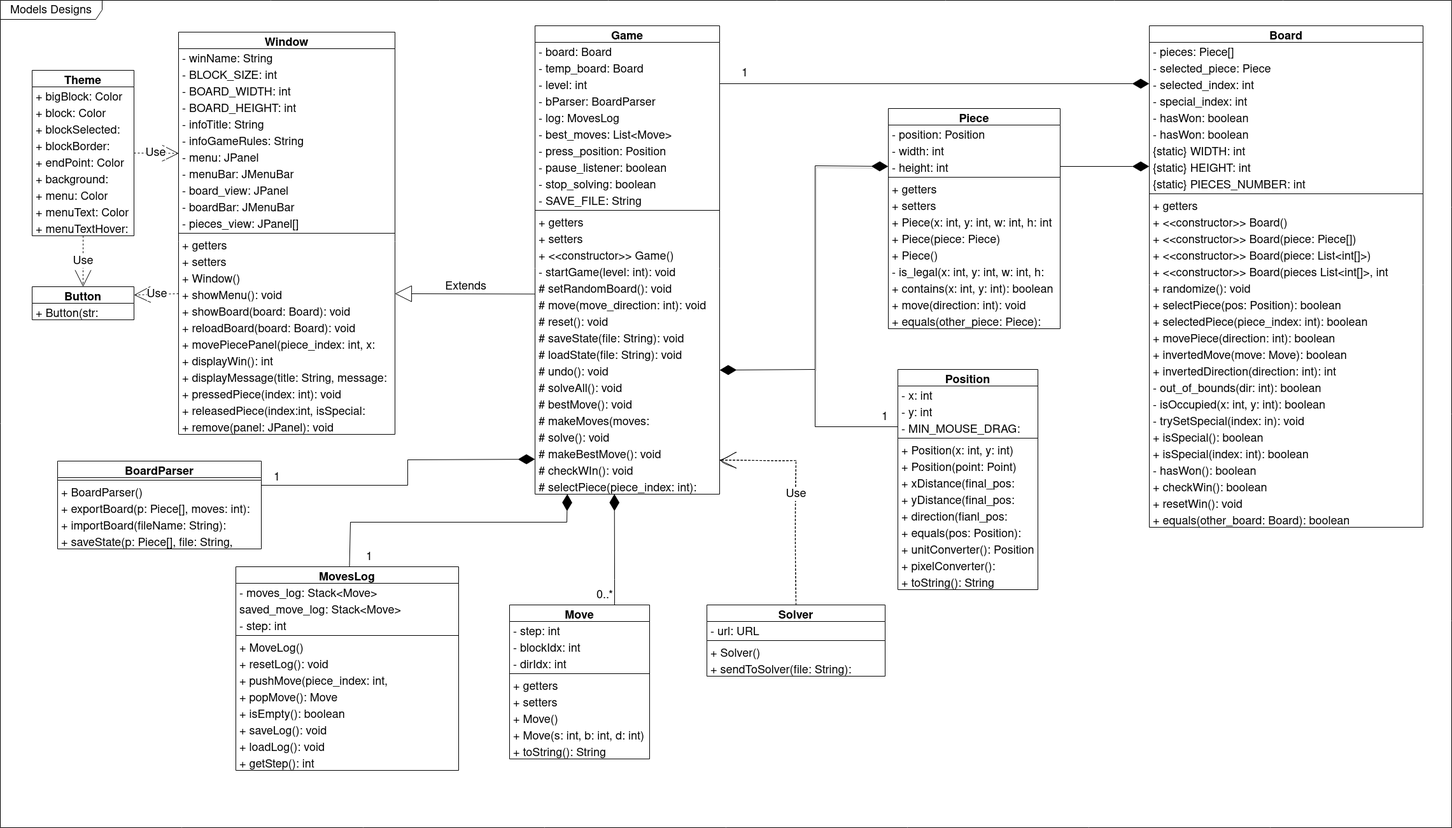
The draw.io diagram img/ModelsDesigns.drawio.png in nickramos94/Klotski, before a commit. Source tidied: cells renumbered, new cells last; positions are measured from the earlier drawing's top-left corner, leaving out a move shared by most shapes.
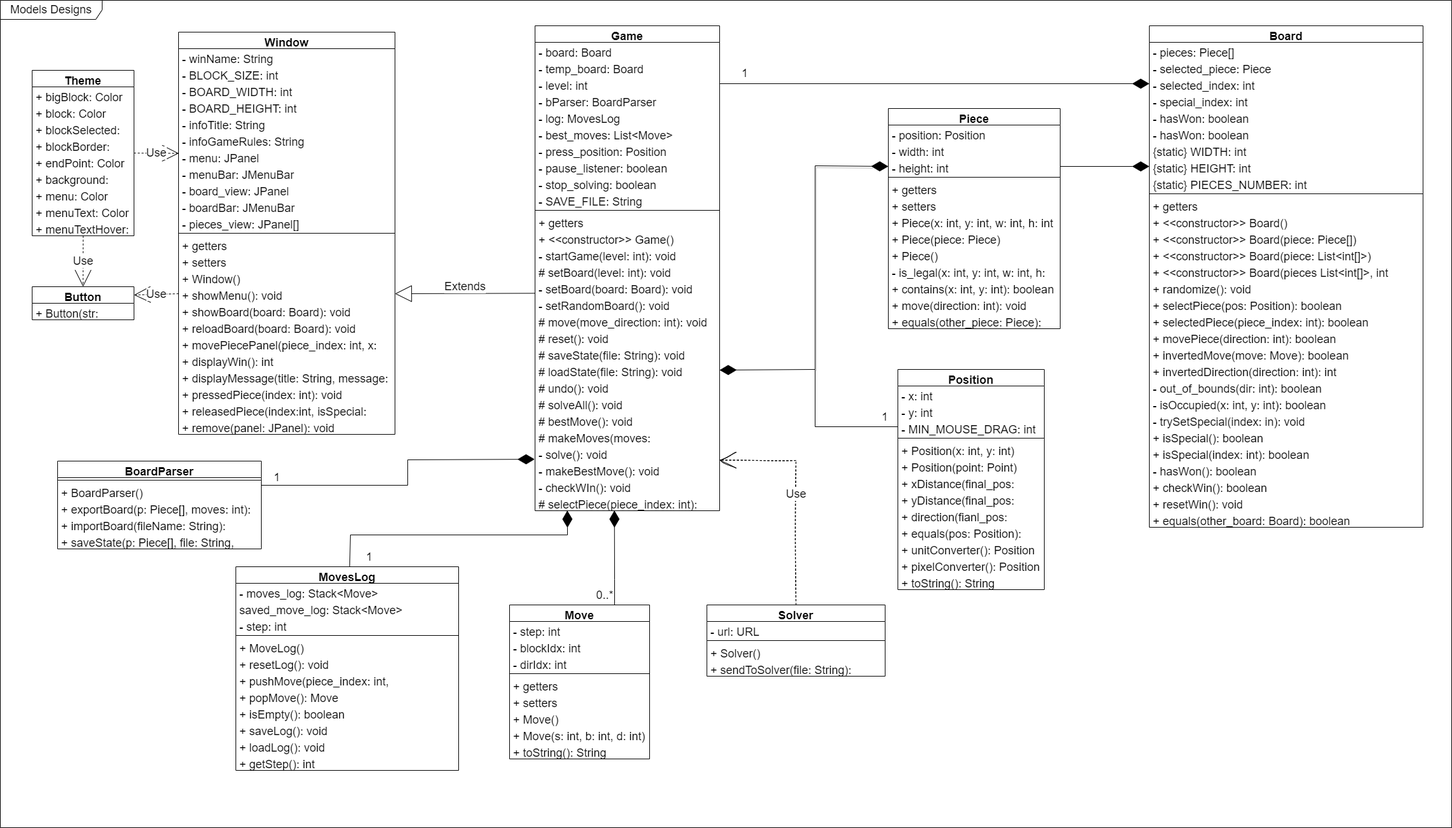
After the commit.

Change to the diagram source:
```diff
@@ -3,7 +3,7 @@
     <mxCell id="0" />
     <mxCell id="1" parent="0" />
     <mxCell id="2" value="Game" style="swimlane;fontStyle=1;align=center;verticalAlign=top;horizontal=1;startSize=26;whiteSpace=wrap;html=1;fontSize=18;" parent="1" vertex="1">
-      <mxGeometry x="840" y="40" width="290" height="736" as="geometry" />
+      <mxGeometry x="840" y="40" width="290" height="762" as="geometry" />
     </mxCell>
     <mxCell id="3" value="- board: Board" style="text;strokeColor=none;fillColor=none;align=left;verticalAlign=top;spacingLeft=4;spacingRight=4;overflow=hidden;whiteSpace=wrap;html=1;fontSize=18;" parent="2" vertex="1">
       <mxGeometry y="26" width="290" height="26" as="geometry" />
@@ -41,49 +41,52 @@
     <mxCell id="14" value="+ getters" style="text;strokeColor=none;fillColor=none;align=left;verticalAlign=top;spacingLeft=4;spacingRight=4;overflow=hidden;whiteSpace=wrap;html=1;fontSize=18;" parent="2" vertex="1">
       <mxGeometry y="294" width="290" height="26" as="geometry" />
     </mxCell>
-    <mxCell id="15" value="&lt;div style=&quot;font-size: 18px;&quot;&gt;+ setters&lt;/div&gt;&lt;div style=&quot;font-size: 18px;&quot;&gt;&lt;br style=&quot;font-size: 18px;&quot;&gt;&lt;/div&gt;" style="text;strokeColor=none;fillColor=none;align=left;verticalAlign=top;spacingLeft=4;spacingRight=4;overflow=hidden;whiteSpace=wrap;html=1;fontSize=18;" parent="2" vertex="1">
-      <mxGeometry y="320" width="290" height="26" as="geometry" />
-    </mxCell>
     <mxCell id="16" value="+ &amp;lt;&amp;lt;constructor&amp;gt;&amp;gt; Game()" style="text;strokeColor=none;fillColor=none;align=left;verticalAlign=top;spacingLeft=4;spacingRight=4;overflow=hidden;whiteSpace=wrap;html=1;fontSize=18;" parent="2" vertex="1">
-      <mxGeometry y="346" width="290" height="26" as="geometry" />
+      <mxGeometry y="320" width="290" height="26" as="geometry" />
     </mxCell>
     <mxCell id="17" value="- startGame(level: int): void " style="text;strokeColor=none;fillColor=none;align=left;verticalAlign=top;spacingLeft=4;spacingRight=4;overflow=hidden;points=[[0,0.5],[1,0.5]];portConstraint=eastwest;whiteSpace=wrap;html=1;fontSize=18;" parent="2" vertex="1">
-      <mxGeometry y="372" width="290" height="26" as="geometry" />
+      <mxGeometry y="346" width="290" height="26" as="geometry" />
     </mxCell>
+    <mxCell id="180" value="# setBoard(level: int): void" style="text;strokeColor=none;fillColor=none;align=left;verticalAlign=top;spacingLeft=4;spacingRight=4;overflow=hidden;whiteSpace=wrap;html=1;fontSize=18;" parent="2" vertex="1">
+      <mxGeometry y="372" width="290" height="26" as="geometry" />
+    </mxCell>
+    <mxCell id="15" value="&lt;div style=&quot;font-size: 18px;&quot;&gt;- setBoard(board: Board): void&lt;/div&gt;&lt;div style=&quot;font-size: 18px;&quot;&gt;&lt;br style=&quot;font-size: 18px;&quot;&gt;&lt;/div&gt;" style="text;strokeColor=none;fillColor=none;align=left;verticalAlign=top;spacingLeft=4;spacingRight=4;overflow=hidden;whiteSpace=wrap;html=1;fontSize=18;" parent="2" vertex="1">
+      <mxGeometry y="398" width="290" height="26" as="geometry" />
+    </mxCell>
-    <mxCell id="18" value="# setRandomBoard(): void" style="text;strokeColor=none;fillColor=none;align=left;verticalAlign=top;spacingLeft=4;spacingRight=4;overflow=hidden;points=[[0,0.5],[1,0.5]];portConstraint=eastwest;whiteSpace=wrap;html=1;fontSize=18;" parent="2" vertex="1">
-      <mxGeometry y="398" width="290" height="26" as="geometry" />
+    <mxCell id="18" value="- setRandomBoard(): void" style="text;strokeColor=none;fillColor=none;align=left;verticalAlign=top;spacingLeft=4;spacingRight=4;overflow=hidden;points=[[0,0.5],[1,0.5]];portConstraint=eastwest;whiteSpace=wrap;html=1;fontSize=18;" parent="2" vertex="1">
+      <mxGeometry y="424" width="290" height="26" as="geometry" />
     </mxCell>
     <mxCell id="19" value="# move(move_direction: int): void " style="text;strokeColor=none;fillColor=none;align=left;verticalAlign=top;spacingLeft=4;spacingRight=4;overflow=hidden;points=[[0,0.5],[1,0.5]];portConstraint=eastwest;whiteSpace=wrap;html=1;fontSize=18;" parent="2" vertex="1">
-      <mxGeometry y="424" width="290" height="26" as="geometry" />
+      <mxGeometry y="450" width="290" height="26" as="geometry" />
     </mxCell>
     <mxCell id="20" value="# reset(): void" style="text;strokeColor=none;fillColor=none;align=left;verticalAlign=top;spacingLeft=4;spacingRight=4;overflow=hidden;whiteSpace=wrap;html=1;fontSize=18;" parent="2" vertex="1">
-      <mxGeometry y="450" width="290" height="26" as="geometry" />
+      <mxGeometry y="476" width="290" height="26" as="geometry" />
     </mxCell>
     <mxCell id="21" value="# saveState(file: String): void" style="text;strokeColor=none;fillColor=none;align=left;verticalAlign=top;spacingLeft=4;spacingRight=4;overflow=hidden;whiteSpace=wrap;html=1;fontSize=18;" parent="2" vertex="1">
-      <mxGeometry y="476" width="290" height="26" as="geometry" />
+      <mxGeometry y="502" width="290" height="26" as="geometry" />
     </mxCell>
     <mxCell id="22" value="# loadState(file: String): void" style="text;strokeColor=none;fillColor=none;align=left;verticalAlign=top;spacingLeft=4;spacingRight=4;overflow=hidden;points=[[0,0.5],[1,0.5]];portConstraint=eastwest;whiteSpace=wrap;html=1;fontSize=18;" parent="2" vertex="1">
-      <mxGeometry y="502" width="290" height="26" as="geometry" />
+      <mxGeometry y="528" width="290" height="26" as="geometry" />
     </mxCell>
     <mxCell id="23" value="# undo(): void" style="text;strokeColor=none;fillColor=none;align=left;verticalAlign=top;spacingLeft=4;spacingRight=4;overflow=hidden;points=[[0,0.5],[1,0.5]];portConstraint=eastwest;whiteSpace=wrap;html=1;fontSize=18;" parent="2" vertex="1">
-      <mxGeometry y="528" width="290" height="26" as="geometry" />
+      <mxGeometry y="554" width="290" height="26" as="geometry" />
     </mxCell>
     <mxCell id="24" value="# solveAll(): void " style="text;strokeColor=none;fillColor=none;align=left;verticalAlign=top;spacingLeft=4;spacingRight=4;overflow=hidden;whiteSpace=wrap;html=1;fontSize=18;" parent="2" vertex="1">
-      <mxGeometry y="554" width="290" height="26" as="geometry" />
+      <mxGeometry y="580" width="290" height="26" as="geometry" />
     </mxCell>
     <mxCell id="25" value="# bestMove(): void" style="text;strokeColor=none;fillColor=none;align=left;verticalAlign=top;spacingLeft=4;spacingRight=4;overflow=hidden;whiteSpace=wrap;html=1;fontSize=18;" parent="2" vertex="1">
-      <mxGeometry y="580" width="290" height="26" as="geometry" />
+      <mxGeometry y="606" width="290" height="26" as="geometry" />
     </mxCell>
     <mxCell id="26" value="# makeMoves(moves: List&amp;lt;Move&amp;gt;): void" style="text;strokeColor=none;fillColor=none;align=left;verticalAlign=top;spacingLeft=4;spacingRight=4;overflow=hidden;whiteSpace=wrap;html=1;fontSize=18;" parent="2" vertex="1">
-      <mxGeometry y="606" width="290" height="26" as="geometry" />
+      <mxGeometry y="632" width="290" height="26" as="geometry" />
     </mxCell>
-    <mxCell id="27" value="# solve(): void" style="text;strokeColor=none;fillColor=none;align=left;verticalAlign=top;spacingLeft=4;spacingRight=4;overflow=hidden;whiteSpace=wrap;html=1;fontSize=18;" parent="2" vertex="1">
-      <mxGeometry y="632" width="290" height="26" as="geometry" />
+    <mxCell id="27" value="- solve(): void" style="text;strokeColor=none;fillColor=none;align=left;verticalAlign=top;spacingLeft=4;spacingRight=4;overflow=hidden;whiteSpace=wrap;html=1;fontSize=18;" parent="2" vertex="1">
+      <mxGeometry y="658" width="290" height="26" as="geometry" />
     </mxCell>
-    <mxCell id="28" value="# makeBestMove(): void " style="text;strokeColor=none;fillColor=none;align=left;verticalAlign=top;spacingLeft=4;spacingRight=4;overflow=hidden;points=[[0,0.5],[1,0.5]];portConstraint=eastwest;whiteSpace=wrap;html=1;fontSize=18;" parent="2" vertex="1">
-      <mxGeometry y="658" width="290" height="26" as="geometry" />
+    <mxCell id="28" value="- makeBestMove(): void " style="text;strokeColor=none;fillColor=none;align=left;verticalAlign=top;spacingLeft=4;spacingRight=4;overflow=hidden;points=[[0,0.5],[1,0.5]];portConstraint=eastwest;whiteSpace=wrap;html=1;fontSize=18;" parent="2" vertex="1">
+      <mxGeometry y="684" width="290" height="26" as="geometry" />
     </mxCell>
-    <mxCell id="29" style="endArrow=diamondThin;endFill=1;endSize=24;html=1;rounded=0;entryX=0;entryY=0.888;entryDx=0;entryDy=0;entryPerimeter=0;fontSize=18;" parent="2" edge="1" target="28">
+    <mxCell id="29" style="endArrow=diamondThin;endFill=1;endSize=24;html=1;rounded=0;entryX=-0.002;entryY=-0.111;entryDx=0;entryDy=0;entryPerimeter=0;fontSize=18;" parent="2" edge="1" target="28">
       <mxGeometry relative="1" as="geometry">
         <mxPoint x="-430" y="722" as="sourcePoint" />
         <Array as="points">
@@ -92,11 +95,11 @@
         </Array>
       </mxGeometry>
     </mxCell>
-    <mxCell id="30" value="# checkWIn(): void" style="text;strokeColor=none;fillColor=none;align=left;verticalAlign=top;spacingLeft=4;spacingRight=4;overflow=hidden;whiteSpace=wrap;html=1;fontSize=18;" parent="2" vertex="1">
-      <mxGeometry y="684" width="290" height="26" as="geometry" />
+    <mxCell id="30" value="- checkWIn(): void" style="text;strokeColor=none;fillColor=none;align=left;verticalAlign=top;spacingLeft=4;spacingRight=4;overflow=hidden;whiteSpace=wrap;html=1;fontSize=18;" parent="2" vertex="1">
+      <mxGeometry y="710" width="290" height="26" as="geometry" />
     </mxCell>
     <mxCell id="31" value="# selectPiece(piece_index: int): void" style="text;strokeColor=none;fillColor=none;align=left;verticalAlign=top;spacingLeft=4;spacingRight=4;overflow=hidden;points=[[0,0.5],[1,0.5]];portConstraint=eastwest;whiteSpace=wrap;html=1;fontSize=18;" parent="2" vertex="1">
-      <mxGeometry y="710" width="290" height="26" as="geometry" />
+      <mxGeometry y="736" width="290" height="26" as="geometry" />
     </mxCell>
     <mxCell id="32" value="Piece" style="swimlane;fontStyle=1;align=center;verticalAlign=top;horizontal=1;startSize=26;whiteSpace=wrap;html=1;fontSize=18;" parent="1" vertex="1">
       <mxGeometry x="1395" y="170" width="270" height="346" as="geometry" />
@@ -210,46 +213,46 @@
       <mxGeometry y="294" width="350" height="26" as="geometry" />
     </mxCell>
     <mxCell id="69" value="Position" style="swimlane;fontStyle=1;align=center;verticalAlign=top;horizontal=1;startSize=26;whiteSpace=wrap;html=1;fontSize=18;" parent="1" vertex="1">
-      <mxGeometry x="1410" y="580" width="220" height="346" as="geometry" />
+      <mxGeometry x="1410" y="580" width="230" height="346" as="geometry" />
     </mxCell>
     <mxCell id="70" value="- x: int " style="text;strokeColor=none;fillColor=none;align=left;verticalAlign=top;spacingLeft=4;spacingRight=4;overflow=hidden;whiteSpace=wrap;html=1;fontSize=18;" parent="69" vertex="1">
-      <mxGeometry y="26" width="220" height="26" as="geometry" />
+      <mxGeometry y="26" width="230" height="26" as="geometry" />
     </mxCell>
     <mxCell id="71" value="- y: int" style="text;strokeColor=none;fillColor=none;align=left;verticalAlign=top;spacingLeft=4;spacingRight=4;overflow=hidden;whiteSpace=wrap;html=1;fontSize=18;" parent="69" vertex="1">
-      <mxGeometry y="52" width="220" height="26" as="geometry" />
+      <mxGeometry y="52" width="230" height="26" as="geometry" />
     </mxCell>
     <mxCell id="72" value="- MIN_MOUSE_DRAG: int" style="text;strokeColor=none;fillColor=none;align=left;verticalAlign=top;spacingLeft=4;spacingRight=4;overflow=hidden;whiteSpace=wrap;html=1;fontSize=18;" parent="69" vertex="1">
-      <mxGeometry y="78" width="220" height="26" as="geometry" />
+      <mxGeometry y="78" width="230" height="26" as="geometry" />
     </mxCell>
     <mxCell id="73" style="line;strokeWidth=1;fillColor=none;align=left;verticalAlign=middle;spacingTop=-1;spacingLeft=3;spacingRight=3;labelPosition=right;strokeColor=inherit;fontSize=18;" parent="69" vertex="1">
-      <mxGeometry y="104" width="220" height="8" as="geometry" />
+      <mxGeometry y="104" width="230" height="8" as="geometry" />
     </mxCell>
     <mxCell id="74" value="+ Position(x: int, y: int)" style="text;strokeColor=none;fillColor=none;align=left;verticalAlign=top;spacingLeft=4;spacingRight=4;overflow=hidden;whiteSpace=wrap;html=1;fontSize=18;" parent="69" vertex="1">
-      <mxGeometry y="112" width="220" height="26" as="geometry" />
+      <mxGeometry y="112" width="230" height="26" as="geometry" />
     </mxCell>
     <mxCell id="75" value="+ Position(point: Point)" style="text;strokeColor=none;fillColor=none;align=left;verticalAlign=top;spacingLeft=4;spacingRight=4;overflow=hidden;whiteSpace=wrap;html=1;fontSize=18;" parent="69" vertex="1">
-      <mxGeometry y="138" width="220" height="26" as="geometry" />
+      <mxGeometry y="138" width="230" height="26" as="geometry" />
     </mxCell>
     <mxCell id="76" value="+ xDistance(final_pos: Position): int" style="text;strokeColor=none;fillColor=none;align=left;verticalAlign=top;spacingLeft=4;spacingRight=4;overflow=hidden;whiteSpace=wrap;html=1;fontSize=18;" parent="69" vertex="1">
-      <mxGeometry y="164" width="220" height="26" as="geometry" />
+      <mxGeometry y="164" width="230" height="26" as="geometry" />
     </mxCell>
     <mxCell id="77" value="+ yDistance(final_pos: Position): int" style="text;strokeColor=none;fillColor=none;align=left;verticalAlign=top;spacingLeft=4;spacingRight=4;overflow=hidden;whiteSpace=wrap;html=1;fontSize=18;" parent="69" vertex="1">
-      <mxGeometry y="190" width="220" height="26" as="geometry" />
+      <mxGeometry y="190" width="230" height="26" as="geometry" />
     </mxCell>
     <mxCell id="78" value="+ direction(fianl_pos: Position): int" style="text;strokeColor=none;fillColor=none;align=left;verticalAlign=top;spacingLeft=4;spacingRight=4;overflow=hidden;whiteSpace=wrap;html=1;fontSize=18;" parent="69" vertex="1">
-      <mxGeometry y="216" width="220" height="26" as="geometry" />
+      <mxGeometry y="216" width="230" height="26" as="geometry" />
     </mxCell>
     <mxCell id="79" value="+ equals(pos: Position): boolean " style="text;strokeColor=none;fillColor=none;align=left;verticalAlign=top;spacingLeft=4;spacingRight=4;overflow=hidden;whiteSpace=wrap;html=1;fontSize=18;" parent="69" vertex="1">
-      <mxGeometry y="242" width="220" height="26" as="geometry" />
+      <mxGeometry y="242" width="230" height="26" as="geometry" />
     </mxCell>
     <mxCell id="80" value="+ unitConverter(): Position" style="text;strokeColor=none;fillColor=none;align=left;verticalAlign=top;spacingLeft=4;spacingRight=4;overflow=hidden;whiteSpace=wrap;html=1;fontSize=18;" parent="69" vertex="1">
-      <mxGeometry y="268" width="220" height="26" as="geometry" />
+      <mxGeometry y="268" width="230" height="26" as="geometry" />
     </mxCell>
     <mxCell id="81" value="+ pixelConverter(): Position" style="text;strokeColor=none;fillColor=none;align=left;verticalAlign=top;spacingLeft=4;spacingRight=4;overflow=hidden;whiteSpace=wrap;html=1;fontSize=18;" parent="69" vertex="1">
-      <mxGeometry y="294" width="220" height="26" as="geometry" />
+      <mxGeometry y="294" width="230" height="26" as="geometry" />
     </mxCell>
     <mxCell id="82" value="+ toString(): String" style="text;strokeColor=none;fillColor=none;align=left;verticalAlign=top;spacingLeft=4;spacingRight=4;overflow=hidden;whiteSpace=wrap;html=1;fontSize=18;" parent="69" vertex="1">
-      <mxGeometry y="320" width="220" height="26" as="geometry" />
+      <mxGeometry y="320" width="230" height="26" as="geometry" />
     </mxCell>
     <mxCell id="83" value="Solver" style="swimlane;fontStyle=1;align=center;verticalAlign=top;horizontal=1;startSize=26;whiteSpace=wrap;html=1;fontSize=18;" parent="1" vertex="1">
       <mxGeometry x="1110" y="950" width="280" height="112" as="geometry" />
@@ -491,7 +494,7 @@
     <mxCell id="162" style="edgeStyle=orthogonalEdgeStyle;rounded=0;jettySize=auto;html=1;entryX=-0.011;entryY=0.495;entryDx=0;entryDy=0;entryPerimeter=0;strokeColor=none;fontSize=18;" parent="1" edge="1" source="115" target="17">
       <mxGeometry relative="1" as="geometry" />
     </mxCell>
-    <mxCell id="163" value="Extends" style="endArrow=block;endSize=24;endFill=0;html=1;rounded=0;entryX=1;entryY=0.5;entryDx=0;entryDy=0;exitX=-0.002;exitY=-0.096;exitDx=0;exitDy=0;exitPerimeter=0;fontSize=18;" parent="1" edge="1" source="19" target="116">
+    <mxCell id="163" value="Extends" style="endArrow=block;endSize=24;endFill=0;html=1;rounded=0;entryX=1;entryY=0.5;entryDx=0;entryDy=0;exitX=-0.002;exitY=-0.141;exitDx=0;exitDy=0;exitPerimeter=0;fontSize=18;" parent="1" edge="1" source="18" target="116">
       <mxGeometry y="-11" relative="1" as="geometry" />
     </mxCell>
     <mxCell id="164" style="endArrow=diamondThin;html=1;endSize=24;startArrow=none;startSize=14;startFill=0;edgeStyle=orthogonalEdgeStyle;align=left;verticalAlign=bottom;rounded=0;endFill=1;entryX=0;entryY=0.5;entryDx=0;entryDy=0;exitX=1;exitY=0.5;exitDx=0;exitDy=0;fontSize=18;" parent="1" edge="1" source="5" target="134">
@@ -533,12 +536,12 @@
     <mxCell id="171" style="endArrow=diamondThin;endFill=1;endSize=24;html=1;rounded=0;entryX=0.175;entryY=0.989;entryDx=0;entryDy=0;entryPerimeter=0;fontSize=18;" parent="1" edge="1" source="56" target="31">
       <mxGeometry relative="1" as="geometry">
         <Array as="points">
-          <mxPoint x="550" y="820" />
-          <mxPoint x="890" y="820" />
+          <mxPoint x="550" y="840" />
+          <mxPoint x="891" y="840" />
         </Array>
       </mxGeometry>
     </mxCell>
-    <mxCell id="172" style="endArrow=diamondThin;endSize=24;html=1;rounded=0;entryX=1;entryY=0.5;entryDx=0;entryDy=0;strokeWidth=1;endFill=1;fontSize=18;" parent="1" edge="1" target="23">
+    <mxCell id="172" style="endArrow=diamondThin;endSize=24;html=1;rounded=0;entryX=1;entryY=0.5;entryDx=0;entryDy=0;strokeWidth=1;endFill=1;fontSize=18;" parent="1" edge="1" target="22">
       <mxGeometry x="0.41" y="40" relative="1" as="geometry">
         <mxPoint x="1410" y="670" as="sourcePoint" />
         <Array as="points">
```
